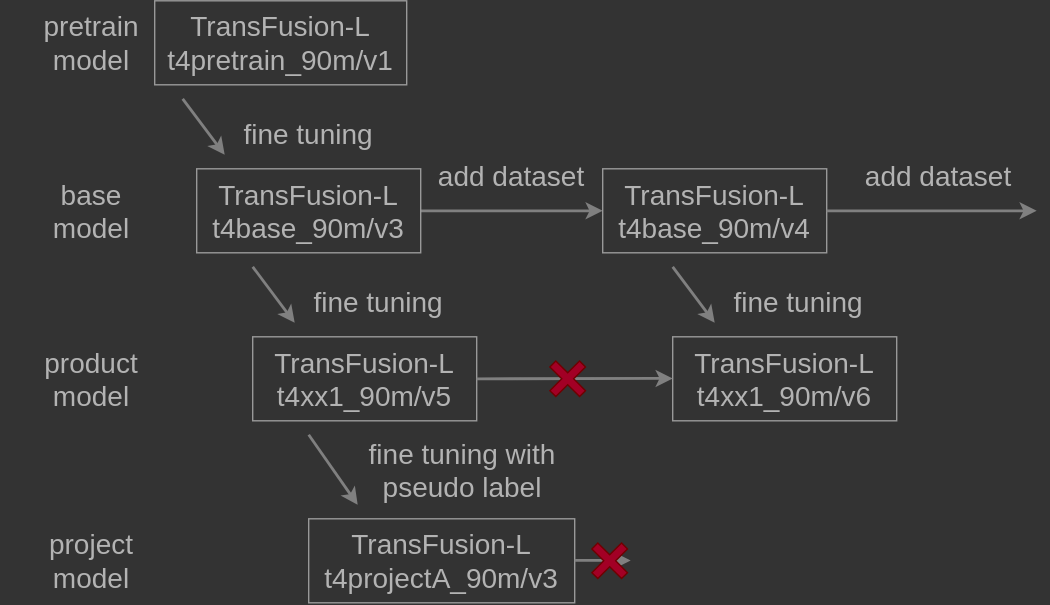
Above: docs/fig/model_release.drawio.svg in tier4/AWML (draw.io), before the change. Source tidied: cells renumbered, new cells last; positions are measured from the earlier drawing's top-left corner, leaving out a move shared by most shapes.
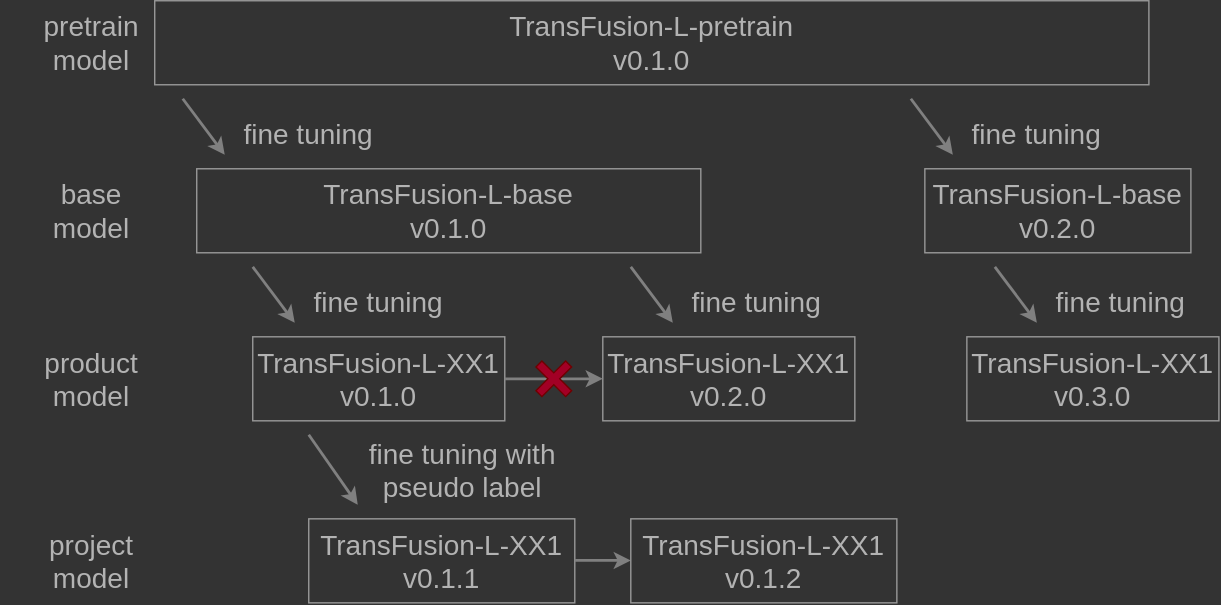
Above is the later version.

Commit message:
chore(docs): add model versioning (#211)

Change to the diagram source:
```diff
@@ -2,35 +2,32 @@
   <root>
     <mxCell id="0" />
     <mxCell id="1" parent="0" />
-    <mxCell id="2" style="endArrow=classic;html=1;fontSize=20;fontColor=#B3B3B3;strokeWidth=2;strokeColor=#808080;exitX=1;exitY=0.5;exitDx=0;exitDy=0;entryX=0;entryY=0.5;entryDx=0;entryDy=0;" parent="1" edge="1" source="3" target="5">
-      <mxGeometry relative="1" as="geometry" />
-    </mxCell>
-    <mxCell id="3" value="TransFusion-L&lt;br&gt;t4base_90m/v3" style="text;html=1;strokeColor=#999999;fillColor=none;align=center;verticalAlign=middle;whiteSpace=wrap;rounded=0;fontSize=20;fontColor=#B3B3B3;" parent="1" vertex="1">
-      <mxGeometry x="140" y="120" width="160" height="60" as="geometry" />
+    <mxCell id="3" value="TransFusion-L-base&lt;br&gt;v0.1.0" style="text;html=1;strokeColor=#999999;fillColor=none;align=center;verticalAlign=middle;whiteSpace=wrap;rounded=0;fontSize=20;fontColor=#B3B3B3;" parent="1" vertex="1">
+      <mxGeometry x="140" y="120" width="360" height="60" as="geometry" />
     </mxCell>
     <mxCell id="4" value="base&lt;br&gt;model" style="text;html=1;strokeColor=none;fillColor=none;align=center;verticalAlign=middle;whiteSpace=wrap;rounded=0;fontSize=20;fontColor=#B3B3B3;" parent="1" vertex="1">
       <mxGeometry y="120" width="130" height="60" as="geometry" />
     </mxCell>
-    <mxCell id="5" value="TransFusion-L&lt;br&gt;t4base_90m/v4" style="text;html=1;strokeColor=#999999;fillColor=none;align=center;verticalAlign=middle;whiteSpace=wrap;rounded=0;fontSize=20;fontColor=#B3B3B3;" parent="1" vertex="1">
-      <mxGeometry x="430" y="120" width="160" height="60" as="geometry" />
+    <mxCell id="5" value="TransFusion-L-base&lt;br&gt;v0.2.0" style="text;html=1;strokeColor=#999999;fillColor=none;align=center;verticalAlign=middle;whiteSpace=wrap;rounded=0;fontSize=20;fontColor=#B3B3B3;" parent="1" vertex="1">
+      <mxGeometry x="660" y="120" width="190" height="60" as="geometry" />
     </mxCell>
     <mxCell id="6" value="product&lt;br&gt;model" style="text;html=1;strokeColor=none;fillColor=none;align=center;verticalAlign=middle;whiteSpace=wrap;rounded=0;fontSize=20;fontColor=#B3B3B3;" parent="1" vertex="1">
       <mxGeometry y="240" width="130" height="60" as="geometry" />
     </mxCell>
-    <mxCell id="7" value="TransFusion-L&lt;br&gt;t4xx1_90m/v6" style="text;html=1;strokeColor=#999999;fillColor=none;align=center;verticalAlign=middle;whiteSpace=wrap;rounded=0;fontSize=20;fontColor=#B3B3B3;" parent="1" vertex="1">
-      <mxGeometry x="480" y="240" width="160" height="60" as="geometry" />
+    <mxCell id="7" value="TransFusion-L-XX1&lt;br&gt;v0.2.0" style="text;html=1;strokeColor=#999999;fillColor=none;align=center;verticalAlign=middle;whiteSpace=wrap;rounded=0;fontSize=20;fontColor=#B3B3B3;" parent="1" vertex="1">
+      <mxGeometry x="430" y="240" width="180" height="60" as="geometry" />
     </mxCell>
     <mxCell id="8" style="endArrow=classic;html=1;fontSize=20;fontColor=#B3B3B3;strokeWidth=2;strokeColor=#808080;" parent="1" edge="1">
       <mxGeometry relative="1" as="geometry">
-        <mxPoint x="480" y="190" as="sourcePoint" />
-        <mxPoint x="510" y="230" as="targetPoint" />
+        <mxPoint x="450" y="190" as="sourcePoint" />
+        <mxPoint x="480" y="230" as="targetPoint" />
       </mxGeometry>
     </mxCell>
     <mxCell id="9" value="fine tuning" style="text;html=1;strokeColor=none;fillColor=none;align=center;verticalAlign=middle;whiteSpace=wrap;rounded=0;fontSize=20;fontColor=#B3B3B3;" parent="1" vertex="1">
-      <mxGeometry x="500" y="200" width="140" height="30" as="geometry" />
+      <mxGeometry x="470" y="200" width="140" height="30" as="geometry" />
     </mxCell>
-    <mxCell id="10" value="TransFusion-L&lt;br&gt;t4xx1_90m/v5" style="text;html=1;strokeColor=#999999;fillColor=none;align=center;verticalAlign=middle;whiteSpace=wrap;rounded=0;fontSize=20;fontColor=#B3B3B3;" parent="1" vertex="1">
-      <mxGeometry x="180" y="240" width="160" height="60" as="geometry" />
+    <mxCell id="10" value="TransFusion-L-XX1&lt;br&gt;v0.1.0" style="text;html=1;strokeColor=#999999;fillColor=none;align=center;verticalAlign=middle;whiteSpace=wrap;rounded=0;fontSize=20;fontColor=#B3B3B3;" parent="1" vertex="1">
+      <mxGeometry x="180" y="240" width="180" height="60" as="geometry" />
     </mxCell>
     <mxCell id="11" style="endArrow=classic;html=1;fontSize=20;fontColor=#B3B3B3;strokeWidth=2;strokeColor=#808080;" parent="1" edge="1">
       <mxGeometry relative="1" as="geometry">
@@ -41,7 +38,7 @@
     <mxCell id="12" value="fine tuning" style="text;html=1;strokeColor=none;fillColor=none;align=center;verticalAlign=middle;whiteSpace=wrap;rounded=0;fontSize=20;fontColor=#B3B3B3;" parent="1" vertex="1">
       <mxGeometry x="200" y="200" width="140" height="30" as="geometry" />
     </mxCell>
-    <mxCell id="13" value="TransFusion-L&lt;br&gt;t4projectA_90m/v3" style="text;html=1;strokeColor=#999999;fillColor=none;align=center;verticalAlign=middle;whiteSpace=wrap;rounded=0;fontSize=20;fontColor=#B3B3B3;" parent="1" vertex="1">
+    <mxCell id="13" value="TransFusion-L-XX1&lt;br&gt;v0.1.1" style="text;html=1;strokeColor=#999999;fillColor=none;align=center;verticalAlign=middle;whiteSpace=wrap;rounded=0;fontSize=20;fontColor=#B3B3B3;" parent="1" vertex="1">
       <mxGeometry x="220" y="370" width="190" height="60" as="geometry" />
     </mxCell>
     <mxCell id="14" style="endArrow=classic;html=1;fontSize=20;fontColor=#B3B3B3;strokeWidth=2;strokeColor=#808080;" parent="1" edge="1">
@@ -62,25 +59,19 @@
         <mxPoint x="450" y="399.7" as="targetPoint" />
       </mxGeometry>
     </mxCell>
-    <mxCell id="18" style="shape=cross;whiteSpace=wrap;html=1;strokeColor=#6F0000;rotation=45;fillColor=#a20025;fontColor=#ffffff;" parent="1" vertex="1">
-      <mxGeometry x="420" y="385" width="30" height="30" as="geometry" />
-    </mxCell>
-    <mxCell id="19" style="endArrow=classic;html=1;fontSize=20;fontColor=#B3B3B3;strokeWidth=2;strokeColor=#808080;exitX=1;exitY=0.5;exitDx=0;exitDy=0;entryX=0;entryY=0.5;entryDx=0;entryDy=0;" parent="1" edge="1" source="10">
+    <mxCell id="19" style="endArrow=classic;html=1;fontSize=20;fontColor=#B3B3B3;strokeWidth=2;strokeColor=#808080;exitX=1;exitY=0.5;exitDx=0;exitDy=0;" parent="1" edge="1" source="10">
       <mxGeometry relative="1" as="geometry">
-        <mxPoint x="480" y="269.7" as="targetPoint" />
+        <mxPoint x="430" y="270" as="targetPoint" />
       </mxGeometry>
     </mxCell>
     <mxCell id="20" style="shape=cross;whiteSpace=wrap;html=1;strokeColor=#6F0000;rotation=45;fillColor=#a20025;fontColor=#ffffff;" parent="1" vertex="1">
-      <mxGeometry x="390" y="255" width="30" height="30" as="geometry" />
+      <mxGeometry x="380" y="255" width="30" height="30" as="geometry" />
     </mxCell>
-    <mxCell id="21" value="add dataset" style="text;html=1;strokeColor=none;fillColor=none;align=center;verticalAlign=middle;whiteSpace=wrap;rounded=0;fontSize=20;fontColor=#B3B3B3;" parent="1" vertex="1">
-      <mxGeometry x="300" y="110" width="130" height="30" as="geometry" />
-    </mxCell>
     <mxCell id="22" value="pretrain&lt;br&gt;model" style="text;html=1;strokeColor=none;fillColor=none;align=center;verticalAlign=middle;whiteSpace=wrap;rounded=0;fontSize=20;fontColor=#B3B3B3;" parent="1" vertex="1">
       <mxGeometry width="130" height="60" as="geometry" />
     </mxCell>
-    <mxCell id="23" value="TransFusion-L&lt;br&gt;t4pretrain_90m/v1" style="text;html=1;strokeColor=#999999;fillColor=none;align=center;verticalAlign=middle;whiteSpace=wrap;rounded=0;fontSize=20;fontColor=#B3B3B3;" parent="1" vertex="1">
-      <mxGeometry x="110" width="180" height="60" as="geometry" />
+    <mxCell id="23" value="TransFusion-L-pretrain&lt;br&gt;v0.1.0" style="text;html=1;strokeColor=#999999;fillColor=none;align=center;verticalAlign=middle;whiteSpace=wrap;rounded=0;fontSize=20;fontColor=#B3B3B3;" parent="1" vertex="1">
+      <mxGeometry x="110" width="710" height="60" as="geometry" />
     </mxCell>
     <mxCell id="24" style="endArrow=classic;html=1;fontSize=20;fontColor=#B3B3B3;strokeWidth=2;strokeColor=#808080;" parent="1" edge="1">
       <mxGeometry relative="1" as="geometry">
@@ -91,13 +82,29 @@
     <mxCell id="25" value="fine tuning" style="text;html=1;strokeColor=none;fillColor=none;align=center;verticalAlign=middle;whiteSpace=wrap;rounded=0;fontSize=20;fontColor=#B3B3B3;" parent="1" vertex="1">
       <mxGeometry x="150" y="80" width="140" height="30" as="geometry" />
     </mxCell>
-    <mxCell id="26" style="endArrow=classic;html=1;fontSize=20;fontColor=#B3B3B3;strokeWidth=2;strokeColor=#808080;exitX=1;exitY=0.5;exitDx=0;exitDy=0;entryX=0;entryY=0.5;entryDx=0;entryDy=0;" parent="1" edge="1" source="5">
-      <mxGeometry relative="1" as="geometry">
-        <mxPoint x="740" y="150" as="targetPoint" />
-      </mxGeometry>
-    </mxCell>
-    <mxCell id="27" value="add dataset" style="text;html=1;strokeColor=none;fillColor=none;align=center;verticalAlign=middle;whiteSpace=wrap;rounded=0;fontSize=20;fontColor=#B3B3B3;" parent="1" vertex="1">
-      <mxGeometry x="600" y="110" width="140" height="30" as="geometry" />
-    </mxCell>
+    <mxCell id="28" style="endArrow=classic;html=1;fontSize=20;fontColor=#B3B3B3;strokeWidth=2;strokeColor=#808080;" parent="1" edge="1">
+      <mxGeometry relative="1" as="geometry">
+        <mxPoint x="650" y="70" as="sourcePoint" />
+        <mxPoint x="680" y="110" as="targetPoint" />
+      </mxGeometry>
+    </mxCell>
+    <mxCell id="29" value="fine tuning" style="text;html=1;strokeColor=none;fillColor=none;align=center;verticalAlign=middle;whiteSpace=wrap;rounded=0;fontSize=20;fontColor=#B3B3B3;" parent="1" vertex="1">
+      <mxGeometry x="670" y="80" width="140" height="30" as="geometry" />
+    </mxCell>
+    <mxCell id="30" value="TransFusion-L-XX1&lt;br&gt;v0.1.2" style="text;html=1;strokeColor=#999999;fillColor=none;align=center;verticalAlign=middle;whiteSpace=wrap;rounded=0;fontSize=20;fontColor=#B3B3B3;" parent="1" vertex="1">
+      <mxGeometry x="450" y="370" width="190" height="60" as="geometry" />
+    </mxCell>
+    <mxCell id="31" value="TransFusion-L-XX1&lt;br&gt;v0.3.0" style="text;html=1;strokeColor=#999999;fillColor=none;align=center;verticalAlign=middle;whiteSpace=wrap;rounded=0;fontSize=20;fontColor=#B3B3B3;" parent="1" vertex="1">
+      <mxGeometry x="690" y="240" width="180" height="60" as="geometry" />
+    </mxCell>
+    <mxCell id="32" style="endArrow=classic;html=1;fontSize=20;fontColor=#B3B3B3;strokeWidth=2;strokeColor=#808080;" parent="1" edge="1">
+      <mxGeometry relative="1" as="geometry">
+        <mxPoint x="710" y="190" as="sourcePoint" />
+        <mxPoint x="740" y="230" as="targetPoint" />
+      </mxGeometry>
+    </mxCell>
+    <mxCell id="33" value="fine tuning" style="text;html=1;strokeColor=none;fillColor=none;align=center;verticalAlign=middle;whiteSpace=wrap;rounded=0;fontSize=20;fontColor=#B3B3B3;" parent="1" vertex="1">
+      <mxGeometry x="730" y="200" width="140" height="30" as="geometry" />
+    </mxCell>
   </root>
 </mxGraphModel>
```
